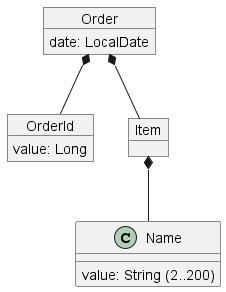
This is order-service/design/modelling/order.png from mahanhz/restaurant-service, a PlantUML export, as it was before one commit. Its diagram source:
```plantuml
@startuml
object Order
object OrderId
object Item

Order : date: LocalDate
OrderId : value: Long
Name : value: String (2..200)

Order *-- OrderId
Order *-- Item

Item *-- Name
@enduml
```
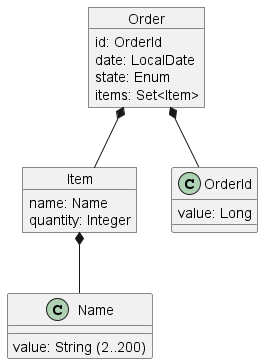
The same file after the commit.

What changed in the source:
```diff
@@ -1,14 +1,17 @@
 @startuml
 object Order
-object OrderId
 object Item
 
+OrderId : value: Long
+Order : id: OrderId
 Order : date: LocalDate
-OrderId : value: Long
-Name : value: String (2..200)
-
+Order : state: Enum
+Order : items: Set<Item>
 Order *-- OrderId
 Order *-- Item
 
+Name : value: String (2..200)
+Item : name: Name
+Item : quantity: Integer
 Item *-- Name
 @enduml
```
